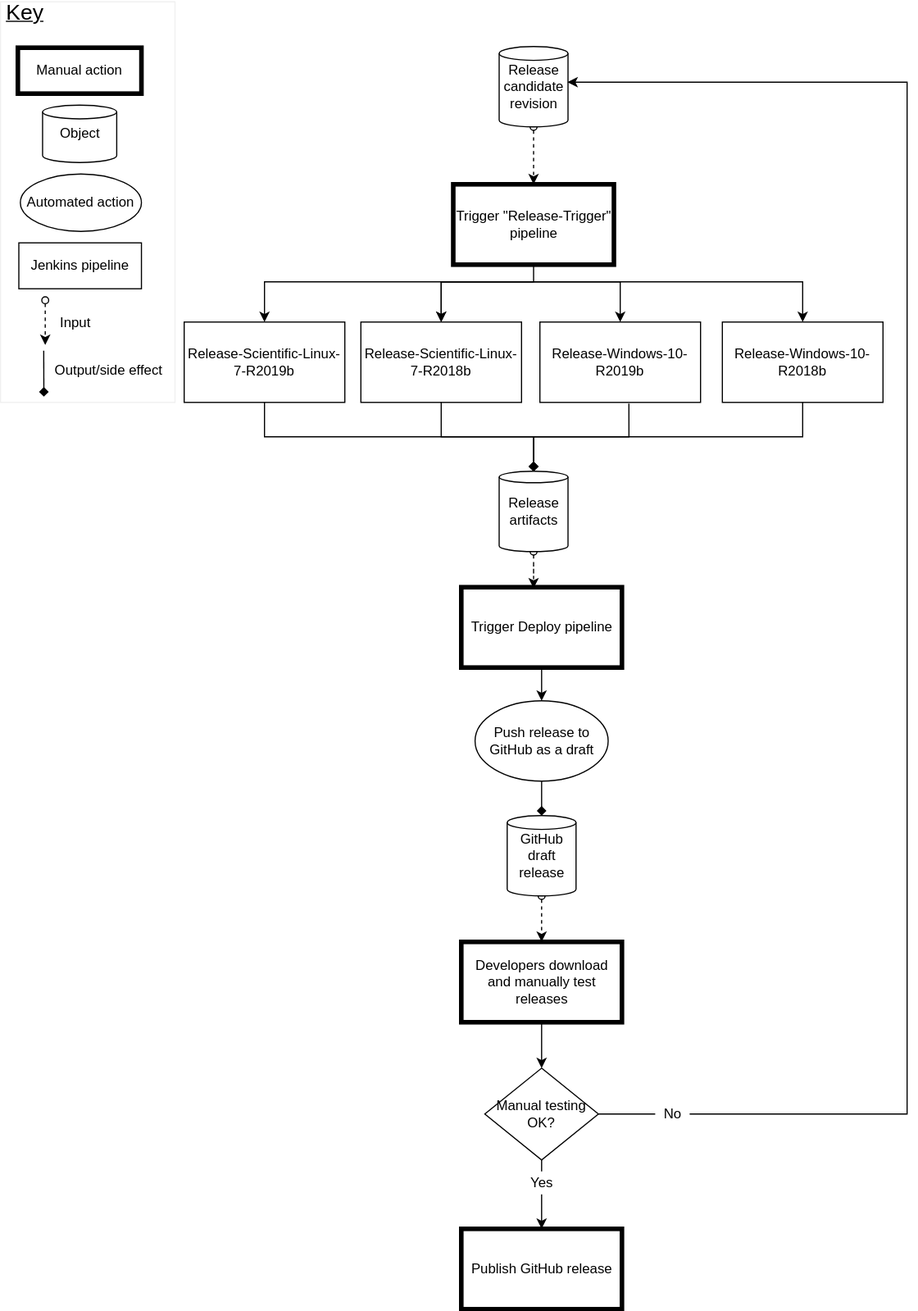
This is documentation/smg/images/release_cycle.svg from pace-neutrons/Horace, a draw.io export, as it was before one commit. Source tidied: cells renumbered, new cells last; positions are measured from the earlier drawing's top-left corner, leaving out a move shared by most shapes. The source it was exported from:
```xml
<mxGraphModel>
  <root>
    <mxCell id="0" />
    <mxCell id="1" parent="0" />
    <mxCell id="2" style="edgeStyle=orthogonalEdgeStyle;rounded=0;jettySize=auto;html=1;exitX=0.5;exitY=1;exitDx=0;exitDy=0;entryX=0.5;entryY=0;entryDx=0;entryDy=0;" parent="1" edge="1" target="7">
      <mxGeometry relative="1" as="geometry">
        <mxPoint x="464.5" y="244" as="sourcePoint" />
      </mxGeometry>
    </mxCell>
    <mxCell id="3" style="edgeStyle=orthogonalEdgeStyle;rounded=0;jettySize=auto;html=1;entryX=0.5;entryY=0;entryDx=0;entryDy=0;" parent="1" edge="1" target="8">
      <mxGeometry relative="1" as="geometry">
        <mxPoint x="464.5" y="244" as="sourcePoint" />
      </mxGeometry>
    </mxCell>
    <mxCell id="4" style="edgeStyle=orthogonalEdgeStyle;rounded=0;jettySize=auto;html=1;entryX=0.5;entryY=0;entryDx=0;entryDy=0;" parent="1" edge="1" target="9">
      <mxGeometry relative="1" as="geometry">
        <mxPoint x="464.5" y="244" as="sourcePoint" />
      </mxGeometry>
    </mxCell>
    <mxCell id="5" style="edgeStyle=orthogonalEdgeStyle;rounded=0;jettySize=auto;html=1;entryX=0.5;entryY=0;entryDx=0;entryDy=0;exitX=0.5;exitY=1;exitDx=0;exitDy=0;" parent="1" edge="1" target="11">
      <mxGeometry relative="1" as="geometry">
        <mxPoint x="464.5" y="244" as="sourcePoint" />
      </mxGeometry>
    </mxCell>
    <mxCell id="6" value="Trigger &quot;Release-Trigger&quot; pipeline" style="whiteSpace=wrap;html=1;perimeterSpacing=0;strokeWidth=4;" parent="1" vertex="1">
      <mxGeometry x="394.5" y="159" width="140" height="70" as="geometry" />
    </mxCell>
    <mxCell id="7" value="Release-Windows-10-R2018b" style="whiteSpace=wrap;html=1;" parent="1" vertex="1">
      <mxGeometry x="629" y="279" width="140" height="70" as="geometry" />
    </mxCell>
    <mxCell id="8" value="Release-Windows-10-R2019b" style="whiteSpace=wrap;html=1;" parent="1" vertex="1">
      <mxGeometry x="470" y="279" width="140" height="70" as="geometry" />
    </mxCell>
    <mxCell id="9" value="Release-Scientific-Linux-7-R2018b" style="whiteSpace=wrap;html=1;" parent="1" vertex="1">
      <mxGeometry x="314" y="279" width="140" height="70" as="geometry" />
    </mxCell>
    <mxCell id="10" style="edgeStyle=orthogonalEdgeStyle;rounded=0;jettySize=auto;html=1;" parent="1" edge="1" source="6" target="9">
      <mxGeometry relative="1" as="geometry">
        <Array as="points">
          <mxPoint x="465" y="244" />
          <mxPoint x="384" y="244" />
        </Array>
      </mxGeometry>
    </mxCell>
    <mxCell id="11" value="Release-Scientific-Linux-7-R2019b" style="whiteSpace=wrap;html=1;" parent="1" vertex="1">
      <mxGeometry x="160" y="279" width="140" height="70" as="geometry" />
    </mxCell>
    <mxCell id="12" value="Trigger Deploy pipeline" style="whiteSpace=wrap;html=1;strokeWidth=4;" parent="1" vertex="1">
      <mxGeometry x="401.5" y="510" width="140" height="70" as="geometry" />
    </mxCell>
    <mxCell id="13" value="Developers download and manually test releases" style="whiteSpace=wrap;html=1;strokeWidth=4;" parent="1" vertex="1">
      <mxGeometry x="401.5" y="819" width="140" height="70" as="geometry" />
    </mxCell>
    <mxCell id="14" value="Manual testing OK?" style="rhombus;whiteSpace=wrap;html=1;" parent="1" vertex="1">
      <mxGeometry x="422" y="929" width="99" height="80" as="geometry" />
    </mxCell>
    <mxCell id="15" style="edgeStyle=orthogonalEdgeStyle;rounded=0;jettySize=auto;html=1;entryX=0.5;entryY=0;entryDx=0;entryDy=0;startArrow=none;startFill=0;" parent="1" edge="1" source="13" target="14">
      <mxGeometry relative="1" as="geometry" />
    </mxCell>
    <mxCell id="16" style="edgeStyle=orthogonalEdgeStyle;rounded=0;jettySize=auto;html=1;entryX=0.45;entryY=0.014;entryDx=0;entryDy=0;entryPerimeter=0;dashed=1;startArrow=oval;startFill=0;" parent="1" edge="1" source="21" target="12">
      <mxGeometry relative="1" as="geometry" />
    </mxCell>
    <mxCell id="17" style="edgeStyle=orthogonalEdgeStyle;rounded=0;jumpStyle=none;jettySize=auto;html=1;entryX=0.5;entryY=1;entryDx=0;entryDy=0;startArrow=diamond;startFill=1;endArrow=none;endFill=0;" parent="1" edge="1" source="21" target="9">
      <mxGeometry relative="1" as="geometry" />
    </mxCell>
    <mxCell id="18" style="edgeStyle=orthogonalEdgeStyle;rounded=0;jumpStyle=none;jettySize=auto;html=1;entryX=0.554;entryY=1.014;entryDx=0;entryDy=0;entryPerimeter=0;startArrow=diamond;startFill=1;endArrow=none;endFill=0;" parent="1" edge="1" source="21" target="8">
      <mxGeometry relative="1" as="geometry" />
    </mxCell>
    <mxCell id="19" style="edgeStyle=orthogonalEdgeStyle;rounded=0;jumpStyle=none;jettySize=auto;html=1;entryX=0.5;entryY=1;entryDx=0;entryDy=0;startArrow=diamond;startFill=1;endArrow=none;endFill=0;" parent="1" edge="1" source="21" target="7">
      <mxGeometry relative="1" as="geometry">
        <Array as="points">
          <mxPoint x="464.5" y="379" />
          <mxPoint x="699.5" y="379" />
        </Array>
      </mxGeometry>
    </mxCell>
    <mxCell id="20" style="edgeStyle=orthogonalEdgeStyle;rounded=0;jumpStyle=none;jettySize=auto;html=1;entryX=0.5;entryY=1;entryDx=0;entryDy=0;startArrow=diamond;startFill=1;endArrow=none;endFill=0;" parent="1" edge="1" source="21" target="11">
      <mxGeometry relative="1" as="geometry">
        <Array as="points">
          <mxPoint x="464.5" y="379" />
          <mxPoint x="230.5" y="379" />
        </Array>
      </mxGeometry>
    </mxCell>
    <mxCell id="21" value="Release artifacts" style="shape=cylinder2;whiteSpace=wrap;html=1;boundedLbl=1;backgroundOutline=1;size=5;" parent="1" vertex="1">
      <mxGeometry x="434.5" y="409" width="60" height="70" as="geometry" />
    </mxCell>
    <mxCell id="22" style="edgeStyle=orthogonalEdgeStyle;rounded=0;jettySize=auto;html=1;entryX=0.5;entryY=0;entryDx=0;entryDy=0;startArrow=oval;startFill=0;dashed=1;" parent="1" edge="1" source="23" target="6">
      <mxGeometry relative="1" as="geometry" />
    </mxCell>
    <mxCell id="23" value="Release candidate revision" style="shape=cylinder2;whiteSpace=wrap;html=1;boundedLbl=1;backgroundOutline=1;size=6;" parent="1" vertex="1">
      <mxGeometry x="434.5" y="39" width="60" height="70" as="geometry" />
    </mxCell>
    <mxCell id="24" value="Push release to GitHub as a draft" style="ellipse;whiteSpace=wrap;html=1;strokeWidth=1;" parent="1" vertex="1">
      <mxGeometry x="413.5" y="609" width="116" height="70" as="geometry" />
    </mxCell>
    <mxCell id="25" style="edgeStyle=orthogonalEdgeStyle;rounded=0;jettySize=auto;html=1;entryX=0.5;entryY=0;entryDx=0;entryDy=0;startArrow=none;startFill=0;" parent="1" edge="1" source="12" target="24">
      <mxGeometry relative="1" as="geometry" />
    </mxCell>
    <mxCell id="26" style="edgeStyle=orthogonalEdgeStyle;rounded=0;jettySize=auto;html=1;entryX=0.5;entryY=0;entryDx=0;entryDy=0;startArrow=oval;startFill=0;dashed=1;" parent="1" edge="1" source="28" target="13">
      <mxGeometry relative="1" as="geometry" />
    </mxCell>
    <mxCell id="27" style="edgeStyle=orthogonalEdgeStyle;rounded=0;jumpStyle=none;jettySize=auto;html=1;entryX=0.5;entryY=1;entryDx=0;entryDy=0;startArrow=diamond;startFill=1;endArrow=none;endFill=0;" parent="1" edge="1" source="28" target="24">
      <mxGeometry relative="1" as="geometry" />
    </mxCell>
    <mxCell id="28" value="GitHub draft release" style="shape=cylinder2;whiteSpace=wrap;html=1;boundedLbl=1;backgroundOutline=1;size=6;" parent="1" vertex="1">
      <mxGeometry x="441.5" y="709" width="60" height="70" as="geometry" />
    </mxCell>
    <mxCell id="29" value="Publish GitHub release" style="whiteSpace=wrap;html=1;strokeWidth=4;" parent="1" vertex="1">
      <mxGeometry x="401.5" y="1069" width="140" height="70" as="geometry" />
    </mxCell>
    <mxCell id="30" value="Yes" style="text;html=1;strokeColor=none;fillColor=none;align=center;verticalAlign=middle;whiteSpace=wrap;rounded=0;" parent="1" vertex="1">
      <mxGeometry x="451.5" y="1019" width="40" height="20" as="geometry" />
    </mxCell>
    <mxCell id="31" style="edgeStyle=orthogonalEdgeStyle;rounded=0;jumpStyle=none;jettySize=auto;html=1;exitX=0.5;exitY=1;exitDx=0;exitDy=0;entryX=0.5;entryY=0;entryDx=0;entryDy=0;startArrow=none;startFill=0;endArrow=none;endFill=0;" parent="1" edge="1" source="14" target="30">
      <mxGeometry relative="1" as="geometry" />
    </mxCell>
    <mxCell id="32" style="edgeStyle=orthogonalEdgeStyle;rounded=0;jumpStyle=none;jettySize=auto;html=1;entryX=0.5;entryY=0;entryDx=0;entryDy=0;startArrow=none;startFill=0;endArrow=classic;endFill=1;" parent="1" edge="1" source="30" target="29">
      <mxGeometry relative="1" as="geometry" />
    </mxCell>
    <mxCell id="33" style="edgeStyle=orthogonalEdgeStyle;rounded=0;jettySize=auto;html=1;entryX=0.992;entryY=0.443;entryDx=0;entryDy=0;entryPerimeter=0;" parent="1" edge="1" source="34" target="23">
      <mxGeometry relative="1" as="geometry">
        <Array as="points">
          <mxPoint x="790" y="969" />
          <mxPoint x="790" y="70" />
        </Array>
      </mxGeometry>
    </mxCell>
    <mxCell id="34" value="No" style="text;html=1;strokeColor=none;fillColor=none;align=center;verticalAlign=middle;whiteSpace=wrap;rounded=0;" parent="1" vertex="1">
      <mxGeometry x="570.5" y="956.5" width="30" height="25" as="geometry" />
    </mxCell>
    <mxCell id="35" style="edgeStyle=orthogonalEdgeStyle;rounded=0;jumpStyle=none;jettySize=auto;html=1;entryX=0;entryY=0.5;entryDx=0;entryDy=0;startArrow=none;startFill=0;endArrow=none;endFill=0;" parent="1" edge="1" source="14" target="34">
      <mxGeometry relative="1" as="geometry" />
    </mxCell>
    <mxCell id="36" style="group;" parent="1" vertex="1">
      <mxGeometry width="152" height="349" as="geometry" />
    </mxCell>
    <mxCell id="37" style="group;strokeColor=#f0f0f0;" parent="36" vertex="1">
      <mxGeometry width="152" height="349" as="geometry" />
    </mxCell>
    <mxCell id="38" value="Manual action" style="whiteSpace=wrap;html=1;perimeterSpacing=0;strokeWidth=4;" parent="36" vertex="1">
      <mxGeometry x="15.1" y="40" width="107.7" height="40" as="geometry" />
    </mxCell>
    <mxCell id="39" value="Object" style="shape=cylinder2;whiteSpace=wrap;html=1;boundedLbl=1;backgroundOutline=1;size=6;" parent="36" vertex="1">
      <mxGeometry x="36.6" y="90" width="64.6" height="50" as="geometry" />
    </mxCell>
    <mxCell id="40" value="Automated action" style="ellipse;whiteSpace=wrap;html=1;strokeWidth=1;" parent="36" vertex="1">
      <mxGeometry x="17.2" y="150" width="105.5" height="50" as="geometry" />
    </mxCell>
    <mxCell id="41" value="Jenkins pipeline" style="whiteSpace=wrap;html=1;" parent="36" vertex="1">
      <mxGeometry x="15.9" y="210" width="106.8" height="40" as="geometry" />
    </mxCell>
    <mxCell id="42" value="&lt;font style=&quot;font-size: 19px&quot;&gt;&lt;u&gt;Key&lt;/u&gt;&lt;/font&gt;" style="text;html=1;strokeColor=none;fillColor=none;align=center;verticalAlign=middle;whiteSpace=wrap;rounded=0;" parent="36" vertex="1">
      <mxGeometry width="43.1" height="20" as="geometry" />
    </mxCell>
    <mxCell id="43" style="group;" parent="36" vertex="1">
      <mxGeometry x="38.9" y="260" width="48.5" height="39" as="geometry" />
    </mxCell>
    <mxCell id="44" style="edgeStyle=orthogonalEdgeStyle;rounded=0;orthogonalLoop=1;jettySize=auto;html=1;startArrow=oval;startFill=0;dashed=1;" parent="43" edge="1">
      <mxGeometry relative="1" as="geometry">
        <mxPoint as="sourcePoint" />
        <mxPoint y="39" as="targetPoint" />
      </mxGeometry>
    </mxCell>
    <mxCell id="45" value="Input" style="text;html=1;strokeColor=none;fillColor=none;align=center;verticalAlign=middle;whiteSpace=wrap;rounded=0;" parent="43" vertex="1">
      <mxGeometry x="5.4" y="10" width="43.1" height="20" as="geometry" />
    </mxCell>
    <mxCell id="46" style="group;" parent="36" vertex="1">
      <mxGeometry x="38" y="311" width="113.1" height="33" as="geometry" />
    </mxCell>
    <mxCell id="47" style="edgeStyle=orthogonalEdgeStyle;rounded=0;jumpStyle=none;orthogonalLoop=1;jettySize=auto;html=1;startArrow=diamond;startFill=1;endArrow=none;endFill=0;" parent="46" edge="1">
      <mxGeometry x="0.2" y="3" as="geometry">
        <mxPoint x="-0.3" y="33" as="sourcePoint" />
        <mxPoint x="-0.4" y="-7" as="targetPoint" />
        <Array as="points">
          <mxPoint x="0.2" y="33" />
        </Array>
      </mxGeometry>
    </mxCell>
    <mxCell id="48" value="Output/side effect" style="text;html=1;strokeColor=none;fillColor=none;align=center;verticalAlign=middle;whiteSpace=wrap;rounded=0;" parent="46" vertex="1">
      <mxGeometry width="113.1" height="20" as="geometry" />
    </mxCell>
  </root>
</mxGraphModel>
```
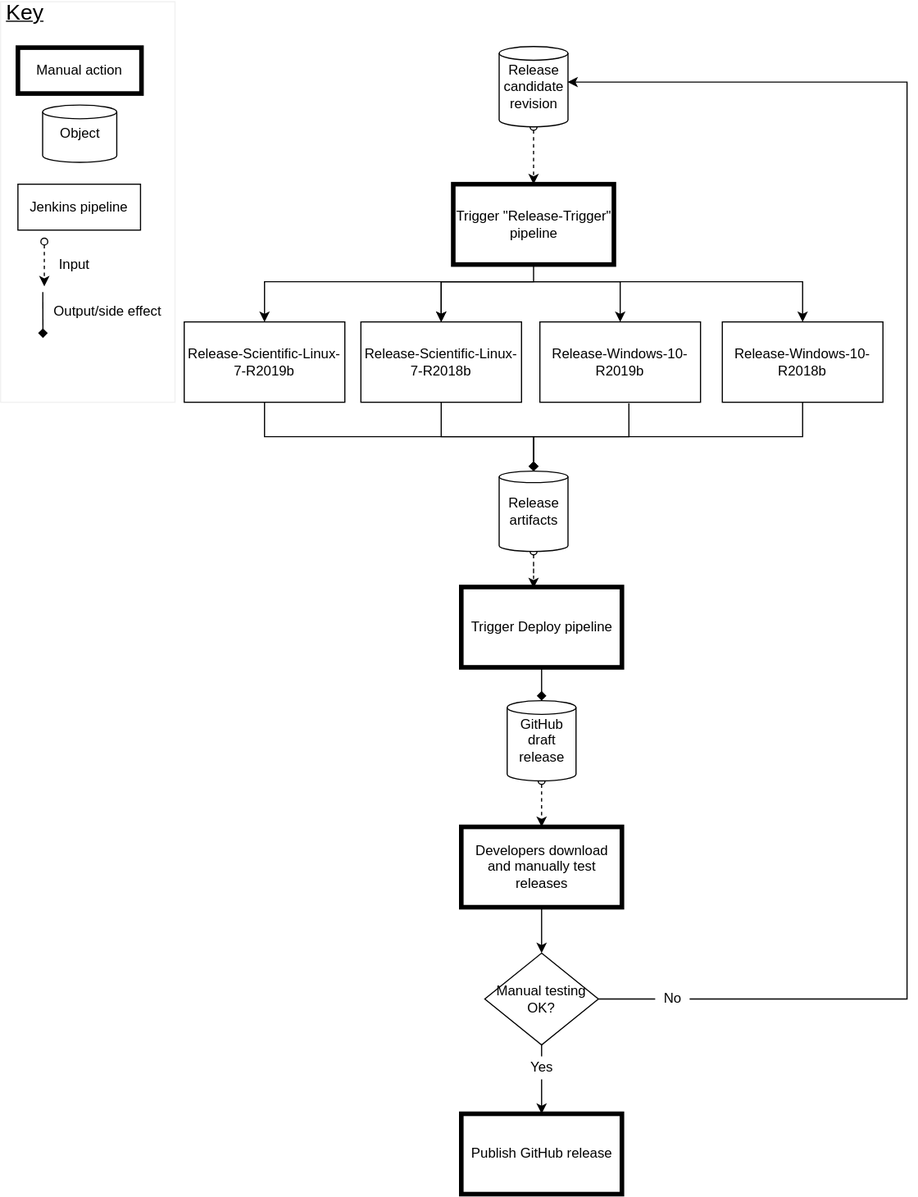
After the commit.

Commit message:
Remove unnecessary step in deploy flowchart

What changed in the source:
```diff
@@ -49,10 +49,10 @@
       <mxGeometry x="401.5" y="510" width="140" height="70" as="geometry" />
     </mxCell>
     <mxCell id="13" value="Developers download and manually test releases" style="whiteSpace=wrap;html=1;strokeWidth=4;" parent="1" vertex="1">
-      <mxGeometry x="401.5" y="819" width="140" height="70" as="geometry" />
+      <mxGeometry x="401.5" y="719" width="140" height="70" as="geometry" />
     </mxCell>
     <mxCell id="14" value="Manual testing OK?" style="rhombus;whiteSpace=wrap;html=1;" parent="1" vertex="1">
-      <mxGeometry x="422" y="929" width="99" height="80" as="geometry" />
+      <mxGeometry x="422" y="829" width="99" height="80" as="geometry" />
     </mxCell>
     <mxCell id="15" style="edgeStyle=orthogonalEdgeStyle;rounded=0;jettySize=auto;html=1;entryX=0.5;entryY=0;entryDx=0;entryDy=0;startArrow=none;startFill=0;" parent="1" edge="1" source="13" target="14">
       <mxGeometry relative="1" as="geometry" />
@@ -91,26 +91,20 @@
     <mxCell id="23" value="Release candidate revision" style="shape=cylinder2;whiteSpace=wrap;html=1;boundedLbl=1;backgroundOutline=1;size=6;" parent="1" vertex="1">
       <mxGeometry x="434.5" y="39" width="60" height="70" as="geometry" />
     </mxCell>
-    <mxCell id="24" value="Push release to GitHub as a draft" style="ellipse;whiteSpace=wrap;html=1;strokeWidth=1;" parent="1" vertex="1">
-      <mxGeometry x="413.5" y="609" width="116" height="70" as="geometry" />
-    </mxCell>
-    <mxCell id="25" style="edgeStyle=orthogonalEdgeStyle;rounded=0;jettySize=auto;html=1;entryX=0.5;entryY=0;entryDx=0;entryDy=0;startArrow=none;startFill=0;" parent="1" edge="1" source="12" target="24">
-      <mxGeometry relative="1" as="geometry" />
-    </mxCell>
     <mxCell id="26" style="edgeStyle=orthogonalEdgeStyle;rounded=0;jettySize=auto;html=1;entryX=0.5;entryY=0;entryDx=0;entryDy=0;startArrow=oval;startFill=0;dashed=1;" parent="1" edge="1" source="28" target="13">
       <mxGeometry relative="1" as="geometry" />
     </mxCell>
-    <mxCell id="27" style="edgeStyle=orthogonalEdgeStyle;rounded=0;jumpStyle=none;jettySize=auto;html=1;entryX=0.5;entryY=1;entryDx=0;entryDy=0;startArrow=diamond;startFill=1;endArrow=none;endFill=0;" parent="1" edge="1" source="28" target="24">
+    <mxCell id="27" style="edgeStyle=orthogonalEdgeStyle;rounded=0;jumpStyle=none;jettySize=auto;html=1;entryX=0.5;entryY=1;entryDx=0;entryDy=0;startArrow=diamond;startFill=1;endArrow=none;endFill=0;" parent="1" edge="1" source="28" target="12">
       <mxGeometry relative="1" as="geometry" />
     </mxCell>
     <mxCell id="28" value="GitHub draft release" style="shape=cylinder2;whiteSpace=wrap;html=1;boundedLbl=1;backgroundOutline=1;size=6;" parent="1" vertex="1">
-      <mxGeometry x="441.5" y="709" width="60" height="70" as="geometry" />
+      <mxGeometry x="441.5" y="609" width="60" height="70" as="geometry" />
     </mxCell>
     <mxCell id="29" value="Publish GitHub release" style="whiteSpace=wrap;html=1;strokeWidth=4;" parent="1" vertex="1">
-      <mxGeometry x="401.5" y="1069" width="140" height="70" as="geometry" />
+      <mxGeometry x="401.5" y="969" width="140" height="70" as="geometry" />
     </mxCell>
     <mxCell id="30" value="Yes" style="text;html=1;strokeColor=none;fillColor=none;align=center;verticalAlign=middle;whiteSpace=wrap;rounded=0;" parent="1" vertex="1">
-      <mxGeometry x="451.5" y="1019" width="40" height="20" as="geometry" />
+      <mxGeometry x="451.5" y="919" width="40" height="20" as="geometry" />
     </mxCell>
     <mxCell id="31" style="edgeStyle=orthogonalEdgeStyle;rounded=0;jumpStyle=none;jettySize=auto;html=1;exitX=0.5;exitY=1;exitDx=0;exitDy=0;entryX=0.5;entryY=0;entryDx=0;entryDy=0;startArrow=none;startFill=0;endArrow=none;endFill=0;" parent="1" edge="1" source="14" target="30">
       <mxGeometry relative="1" as="geometry" />
@@ -121,13 +115,13 @@
     <mxCell id="33" style="edgeStyle=orthogonalEdgeStyle;rounded=0;jettySize=auto;html=1;entryX=0.992;entryY=0.443;entryDx=0;entryDy=0;entryPerimeter=0;" parent="1" edge="1" source="34" target="23">
       <mxGeometry relative="1" as="geometry">
         <Array as="points">
-          <mxPoint x="790" y="969" />
+          <mxPoint x="790" y="869" />
           <mxPoint x="790" y="70" />
         </Array>
       </mxGeometry>
     </mxCell>
     <mxCell id="34" value="No" style="text;html=1;strokeColor=none;fillColor=none;align=center;verticalAlign=middle;whiteSpace=wrap;rounded=0;" parent="1" vertex="1">
-      <mxGeometry x="570.5" y="956.5" width="30" height="25" as="geometry" />
+      <mxGeometry x="570.5" y="856.5" width="30" height="25" as="geometry" />
     </mxCell>
     <mxCell id="35" style="edgeStyle=orthogonalEdgeStyle;rounded=0;jumpStyle=none;jettySize=auto;html=1;entryX=0;entryY=0.5;entryDx=0;entryDy=0;startArrow=none;startFill=0;endArrow=none;endFill=0;" parent="1" edge="1" source="14" target="34">
       <mxGeometry relative="1" as="geometry" />
@@ -144,17 +138,14 @@
     <mxCell id="39" value="Object" style="shape=cylinder2;whiteSpace=wrap;html=1;boundedLbl=1;backgroundOutline=1;size=6;" parent="36" vertex="1">
       <mxGeometry x="36.6" y="90" width="64.6" height="50" as="geometry" />
     </mxCell>
-    <mxCell id="40" value="Automated action" style="ellipse;whiteSpace=wrap;html=1;strokeWidth=1;" parent="36" vertex="1">
-      <mxGeometry x="17.2" y="150" width="105.5" height="50" as="geometry" />
-    </mxCell>
     <mxCell id="41" value="Jenkins pipeline" style="whiteSpace=wrap;html=1;" parent="36" vertex="1">
-      <mxGeometry x="15.9" y="210" width="106.8" height="40" as="geometry" />
+      <mxGeometry x="15.1" y="159" width="106.8" height="40" as="geometry" />
     </mxCell>
     <mxCell id="42" value="&lt;font style=&quot;font-size: 19px&quot;&gt;&lt;u&gt;Key&lt;/u&gt;&lt;/font&gt;" style="text;html=1;strokeColor=none;fillColor=none;align=center;verticalAlign=middle;whiteSpace=wrap;rounded=0;" parent="36" vertex="1">
       <mxGeometry width="43.1" height="20" as="geometry" />
     </mxCell>
     <mxCell id="43" style="group;" parent="36" vertex="1">
-      <mxGeometry x="38.9" y="260" width="48.5" height="39" as="geometry" />
+      <mxGeometry x="38.1" y="209" width="48.5" height="39" as="geometry" />
     </mxCell>
     <mxCell id="44" style="edgeStyle=orthogonalEdgeStyle;rounded=0;orthogonalLoop=1;jettySize=auto;html=1;startArrow=oval;startFill=0;dashed=1;" parent="43" edge="1">
       <mxGeometry relative="1" as="geometry">
@@ -166,7 +157,7 @@
       <mxGeometry x="5.4" y="10" width="43.1" height="20" as="geometry" />
     </mxCell>
     <mxCell id="46" style="group;" parent="36" vertex="1">
-      <mxGeometry x="38" y="311" width="113.1" height="33" as="geometry" />
+      <mxGeometry x="37.2" y="260" width="113.1" height="33" as="geometry" />
     </mxCell>
     <mxCell id="47" style="edgeStyle=orthogonalEdgeStyle;rounded=0;jumpStyle=none;orthogonalLoop=1;jettySize=auto;html=1;startArrow=diamond;startFill=1;endArrow=none;endFill=0;" parent="46" edge="1">
       <mxGeometry x="0.2" y="3" as="geometry">
```
